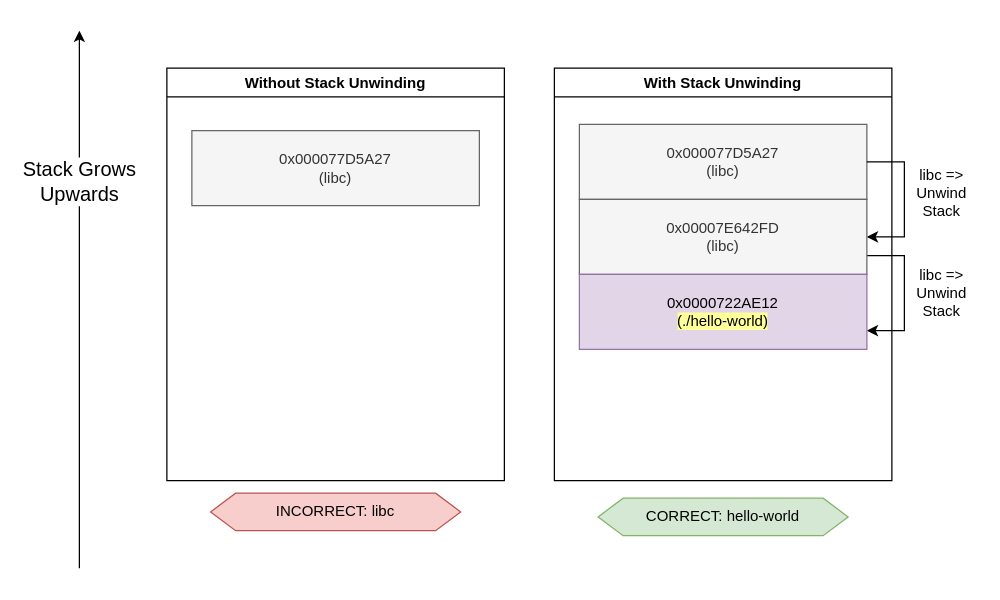
The draw.io diagram diagrams/stack-unwinding.drawio in tcassar-diss/report, before the edit. Source tidied: cells renumbered, new cells numbered last; positions are measured from the earlier drawing's top-left corner, leaving out a move shared by most shapes. Both pictures are drawn from the tidied source at 125%, with x=0, y=0 at pixel (79, 30).
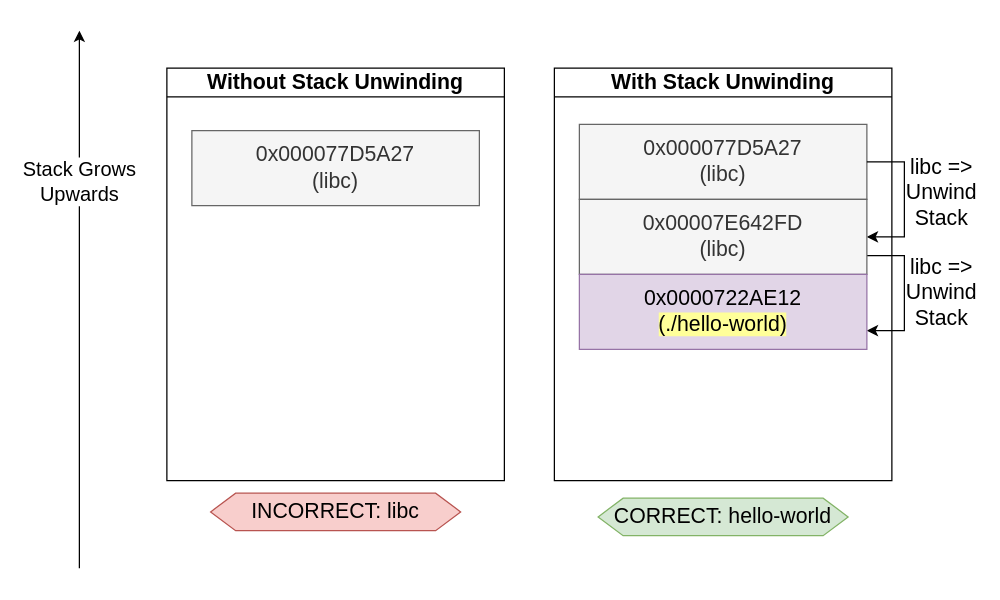
Above is the later version.

Diff of the diagram source:
```diff
@@
-    <mxCell id="2" value="With Stack Unwinding" style="swimlane;whiteSpace=wrap;html=1;" parent="1" vertex="1">
+    <mxCell id="2" value="With Stack Unwinding" style="swimlane;whiteSpace=wrap;html=1;fontSize=17;" parent="1" vertex="1">
       <mxGeometry x="380" y="30" width="270" height="330" as="geometry" />
     </mxCell>
-    <mxCell id="3" value="0x000077D5A27&lt;div&gt;(libc)&lt;/div&gt;" style="rounded=0;whiteSpace=wrap;html=1;fillColor=#f5f5f5;fontColor=#333333;strokeColor=#666666;" parent="2" vertex="1">
+    <mxCell id="3" value="0x000077D5A27&lt;div&gt;(libc)&lt;/div&gt;" style="rounded=0;whiteSpace=wrap;html=1;fillColor=#f5f5f5;fontColor=#333333;strokeColor=#666666;fontSize=17;" parent="2" vertex="1">
       <mxGeometry x="20" y="45" width="230" height="60" as="geometry" />
     </mxCell>
-    <mxCell id="4" style="edgeStyle=orthogonalEdgeStyle;rounded=0;jettySize=auto;html=1;exitX=1;exitY=0.5;exitDx=0;exitDy=0;entryX=1;entryY=0.5;entryDx=0;entryDy=0;" parent="1" edge="1" source="3" target="6">
+    <mxCell id="4" style="edgeStyle=orthogonalEdgeStyle;rounded=0;jettySize=auto;html=1;exitX=1;exitY=0.5;exitDx=0;exitDy=0;entryX=1;entryY=0.5;entryDx=0;entryDy=0;fontSize=17;" parent="1" edge="1" source="3" target="6">
       <mxGeometry relative="1" as="geometry">
         <Array as="points">
           <mxPoint x="660" y="105" />
           <mxPoint x="660" y="165" />
         </Array>
       </mxGeometry>
     </mxCell>
-    <mxCell id="5" style="edgeStyle=orthogonalEdgeStyle;rounded=0;jettySize=auto;html=1;exitX=1;exitY=0.75;exitDx=0;exitDy=0;entryX=1;entryY=0.75;entryDx=0;entryDy=0;" parent="1" edge="1" source="6" target="7">
+    <mxCell id="5" style="edgeStyle=orthogonalEdgeStyle;rounded=0;jettySize=auto;html=1;exitX=1;exitY=0.75;exitDx=0;exitDy=0;entryX=1;entryY=0.75;entryDx=0;entryDy=0;fontSize=17;" parent="1" edge="1" source="6" target="7">
       <mxGeometry relative="1" as="geometry">
         <Array as="points">
           <mxPoint x="660" y="180" />
           <mxPoint x="660" y="240" />
         </Array>
       </mxGeometry>
     </mxCell>
-    <mxCell id="6" value="0x00007E642FD&lt;div&gt;(libc)&lt;/div&gt;" style="rounded=0;whiteSpace=wrap;html=1;fillColor=#f5f5f5;fontColor=#333333;strokeColor=#666666;" parent="1" vertex="1">
+    <mxCell id="6" value="0x00007E642FD&lt;div&gt;(libc)&lt;/div&gt;" style="rounded=0;whiteSpace=wrap;html=1;fillColor=#f5f5f5;fontColor=#333333;strokeColor=#666666;fontSize=17;" parent="1" vertex="1">
       <mxGeometry x="400" y="135" width="230" height="60" as="geometry" />
     </mxCell>
-    <mxCell id="7" value="0x0000722AE12&lt;div&gt;&lt;span style=&quot;background-color: rgb(255, 255, 153);&quot;&gt;(./hello-world)&lt;/span&gt;&lt;/div&gt;" style="rounded=0;whiteSpace=wrap;html=1;fillColor=#e1d5e7;strokeColor=#9673a6;" parent="1" vertex="1">
+    <mxCell id="7" value="0x0000722AE12&lt;div&gt;&lt;span style=&quot;background-color: rgb(255, 255, 153);&quot;&gt;(./hello-world)&lt;/span&gt;&lt;/div&gt;" style="rounded=0;whiteSpace=wrap;html=1;fillColor=#e1d5e7;strokeColor=#9673a6;fontSize=17;" parent="1" vertex="1">
       <mxGeometry x="400" y="195" width="230" height="60" as="geometry" />
     </mxCell>
-    <mxCell id="8" value="libc =&amp;gt;&lt;div&gt;Unwind&lt;div&gt;Stack&lt;/div&gt;&lt;/div&gt;" style="text;html=1;align=center;verticalAlign=middle;whiteSpace=wrap;rounded=0;" parent="1" vertex="1">
+    <mxCell id="8" value="libc =&amp;gt;&lt;div&gt;Unwind&lt;div&gt;Stack&lt;/div&gt;&lt;/div&gt;" style="text;html=1;align=center;verticalAlign=middle;whiteSpace=wrap;rounded=0;fontSize=17;" parent="1" vertex="1">
       <mxGeometry x="660" y="115" width="60" height="30" as="geometry" />
     </mxCell>
-    <mxCell id="9" value="libc =&amp;gt;&lt;div&gt;Unwind&lt;div&gt;Stack&lt;/div&gt;&lt;/div&gt;" style="text;html=1;align=center;verticalAlign=middle;whiteSpace=wrap;rounded=0;" parent="1" vertex="1">
+    <mxCell id="9" value="libc =&amp;gt;&lt;div&gt;Unwind&lt;div&gt;Stack&lt;/div&gt;&lt;/div&gt;" style="text;html=1;align=center;verticalAlign=middle;whiteSpace=wrap;rounded=0;fontSize=17;" parent="1" vertex="1">
       <mxGeometry x="660" y="195" width="60" height="30" as="geometry" />
     </mxCell>
-    <mxCell id="10" value="Without Stack Unwinding" style="swimlane;whiteSpace=wrap;html=1;" parent="1" vertex="1">
+    <mxCell id="10" value="Without Stack Unwinding" style="swimlane;whiteSpace=wrap;html=1;fontSize=17;" parent="1" vertex="1">
       <mxGeometry x="70" y="30" width="270" height="330" as="geometry" />
     </mxCell>
-    <mxCell id="11" value="0x000077D5A27&lt;br&gt;&lt;div&gt;(libc)&lt;/div&gt;" style="rounded=0;whiteSpace=wrap;html=1;fillColor=#f5f5f5;strokeColor=#666666;fontColor=#333333;" parent="10" vertex="1">
+    <mxCell id="11" value="0x000077D5A27&lt;br&gt;&lt;div&gt;(libc)&lt;/div&gt;" style="rounded=0;whiteSpace=wrap;html=1;fillColor=#f5f5f5;strokeColor=#666666;fontColor=#333333;fontSize=17;" parent="10" vertex="1">
       <mxGeometry x="20" y="50" width="230" height="60" as="geometry" />
     </mxCell>
-    <mxCell id="12" value="INCORRECT: libc" style="shape=hexagon;perimeter=hexagonPerimeter2;whiteSpace=wrap;html=1;fixedSize=1;fillColor=#f8cecc;strokeColor=#b85450;" parent="1" vertex="1">
+    <mxCell id="12" value="INCORRECT: libc" style="shape=hexagon;perimeter=hexagonPerimeter2;whiteSpace=wrap;html=1;fixedSize=1;fillColor=#f8cecc;strokeColor=#b85450;fontSize=17;" parent="1" vertex="1">
       <mxGeometry x="105" y="370" width="200" height="30" as="geometry" />
     </mxCell>
-    <mxCell id="13" value="CORRECT: hello-world" style="shape=hexagon;perimeter=hexagonPerimeter2;whiteSpace=wrap;html=1;fixedSize=1;fillColor=#d5e8d4;strokeColor=#82b366;" parent="1" vertex="1">
+    <mxCell id="13" value="CORRECT: hello-world" style="shape=hexagon;perimeter=hexagonPerimeter2;whiteSpace=wrap;html=1;fixedSize=1;fillColor=#d5e8d4;strokeColor=#82b366;fontSize=17;" parent="1" vertex="1">
       <mxGeometry x="415" y="374" width="200" height="30" as="geometry" />
     </mxCell>
```
